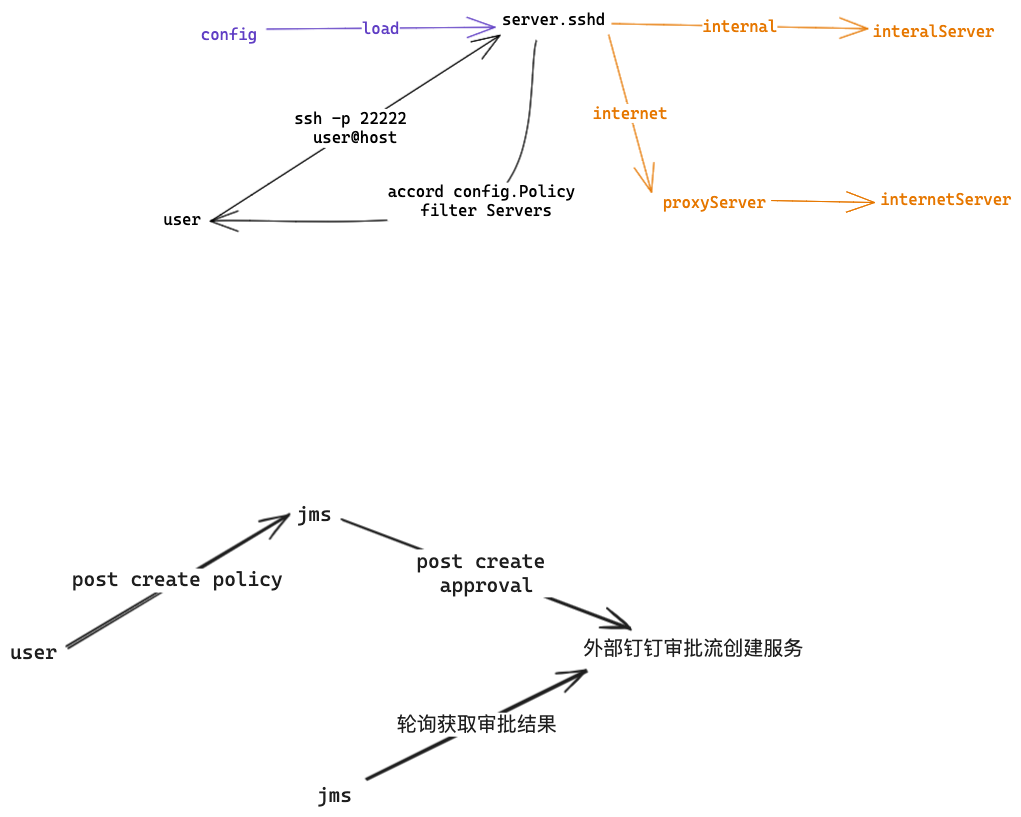
This is .excalidraw.png from xops-infra/jms, a Excalidraw export, as it was before one commit. Source tidied: one line per element, renumbered; positions are measured from the earlier drawing's top-left corner, leaving out a move shared by most shapes.
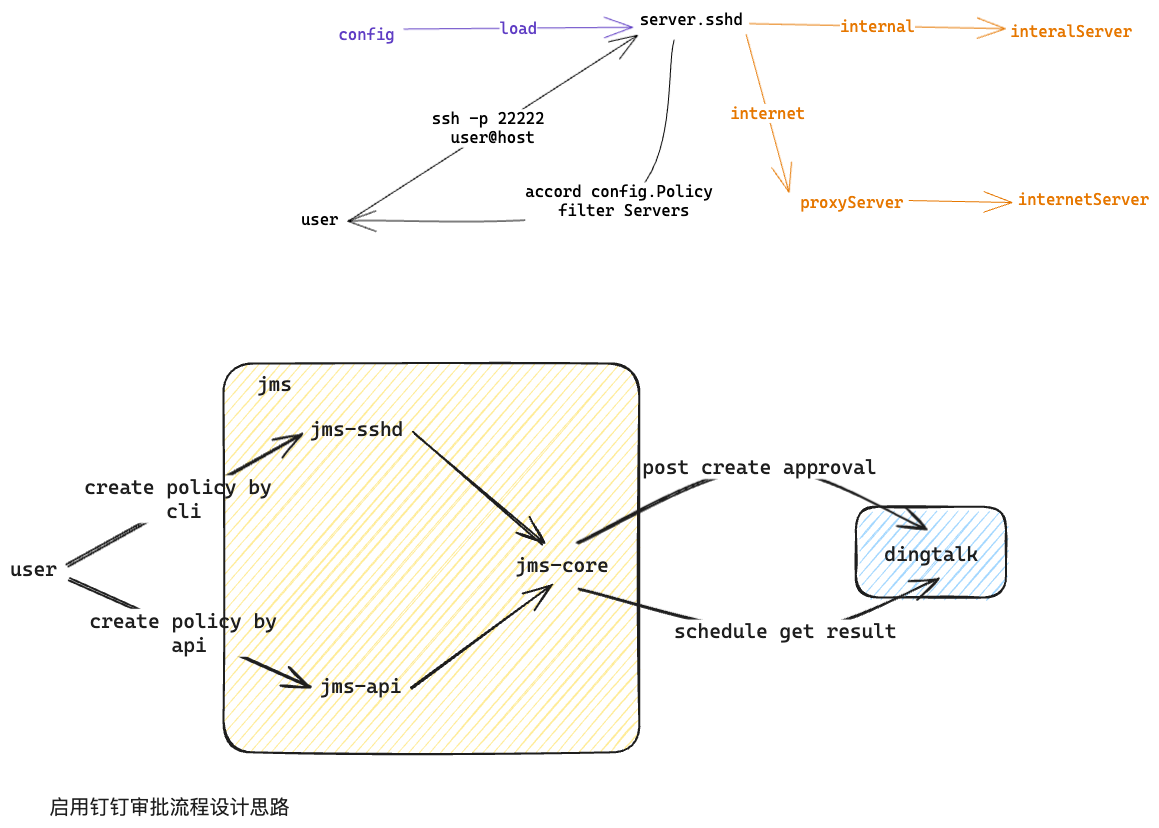
Later version of the same file.

Commit message:
chore: 优化api接口，天津审批流设计图

Diff of the diagram source:
```diff
@@ -1,27 +1,36 @@
 {"id": 0, "type": "text", "text": "config", "strokeColor": "#5f3dc4", "strokeWidth": 1, "roughness": 0, "fontSize": 16, "fontFamily": 3, "x": 191, "y": 15, "width": 56, "height": 19}
 {"id": 1, "type": "text", "text": "server.sshd", "strokeColor": "#000000", "strokeWidth": 1, "roughness": 0, "fontSize": 16, "fontFamily": 3, "x": 492, "y": 0, "width": 103, "height": 19}
 {"id": 2, "type": "arrow", "strokeColor": "#5f3dc4", "strokeWidth": 1, "roughness": 0, "endArrowhead": "arrow", "round": true, "from": 0, "to": 1, "x": 257, "y": 19, "width": 228, "height": 2, "points": [[0, 0], [228, -2]]}
-{"id": 3, "type": "text", "text": "load", "strokeColor": "#5f3dc4", "strokeWidth": 1, "roughness": 0, "fontSize": 16, "fontFamily": 3, "textAlign": "center", "verticalAlign": "middle", "inside": 2, "x": 3, "y": 238, "width": 38, "height": 19}
+{"id": 3, "type": "text", "text": "load", "strokeColor": "#5f3dc4", "strokeWidth": 1, "roughness": 0, "fontSize": 16, "fontFamily": 3, "textAlign": "center", "verticalAlign": "middle", "inside": 2, "x": 352, "y": 9, "width": 38, "height": 19}
 {"id": 4, "type": "text", "text": "interalServer", "strokeColor": "#e67700", "strokeWidth": 1, "roughness": 0, "fontSize": 16, "fontFamily": 3, "x": 863, "y": 12, "width": 122, "height": 19}
 {"id": 5, "type": "text", "text": "internetServer", "strokeColor": "#e67700", "strokeWidth": 1, "roughness": 0, "fontSize": 16, "fontFamily": 3, "x": 870, "y": 180, "width": 131, "height": 19}
 {"id": 6, "type": "text", "text": "proxyServer", "strokeColor": "#e67700", "strokeWidth": 1, "roughness": 0, "fontSize": 16, "fontFamily": 3, "x": 653, "y": 183, "width": 103, "height": 19}
 {"id": 7, "type": "arrow", "strokeColor": "#e67700", "strokeWidth": 1, "roughness": 0, "endArrowhead": "arrow", "round": true, "from": 1, "to": 4, "x": 602, "y": 14, "width": 256, "height": 5, "points": [[0, 0], [256, 5]]}
-{"id": 8, "type": "text", "text": "internal", "strokeColor": "#e67700", "strokeWidth": 1, "roughness": 0, "fontSize": 16, "fontFamily": 3, "textAlign": "center", "verticalAlign": "middle", "inside": 7, "x": 658, "y": 16, "width": 75, "height": 19}
+{"id": 8, "type": "text", "text": "internal", "strokeColor": "#e67700", "strokeWidth": 1, "roughness": 0, "fontSize": 16, "fontFamily": 3, "textAlign": "center", "verticalAlign": "middle", "inside": 7, "x": 692, "y": 7, "width": 75, "height": 19}
 {"id": 9, "type": "arrow", "strokeColor": "#e67700", "strokeWidth": 1, "roughness": 0, "endArrowhead": "arrow", "round": true, "from": 1, "to": 6, "x": 599, "y": 25, "width": 43, "height": 157, "points": [[0, 0], [43, 157]]}
 {"id": 10, "type": "text", "text": "internet", "strokeColor": "#e67700", "strokeWidth": 1, "roughness": 0, "fontSize": 16, "fontFamily": 3, "textAlign": "center", "verticalAlign": "middle", "inside": 9, "x": 583, "y": 94, "width": 75, "height": 19}
 {"id": 11, "type": "arrow", "strokeColor": "#e67700", "strokeWidth": 1, "roughness": 0, "endArrowhead": "arrow", "round": true, "from": 6, "to": 5, "x": 761, "y": 191, "width": 103, "height": 2, "points": [[0, 0], [103, 2]]}
 {"id": 12, "type": "text", "text": "user", "strokeColor": "#000000", "strokeWidth": 1, "roughness": 0, "fontSize": 16, "fontFamily": 3, "x": 153, "y": 200, "width": 38, "height": 19}
 {"id": 13, "type": "arrow", "strokeColor": "#000000", "strokeWidth": 1, "roughness": 0, "endArrowhead": "arrow", "round": true, "from": 12, "to": 1, "x": 200, "y": 211, "width": 290, "height": 186, "points": [[0, 0], [290, -186]]}
-{"id": 14, "type": "text", "text": "ssh -p 22222 \nuser@host", "strokeColor": "#000000", "strokeWidth": 1, "roughness": 0, "fontSize": 16, "fontFamily": 3, "textAlign": "center", "verticalAlign": "middle", "inside": 13, "x": 189, "y": 184, "width": 122, "height": 38}
+{"id": 14, "type": "text", "text": "ssh -p 22222 \nuser@host", "strokeColor": "#000000", "strokeWidth": 1, "roughness": 0, "fontSize": 16, "fontFamily": 3, "textAlign": "center", "verticalAlign": "middle", "inside": 13, "x": 284, "y": 99, "width": 122, "height": 38}
 {"id": 15, "type": "arrow", "strokeColor": "#000000", "strokeWidth": 1, "roughness": 0, "endArrowhead": "arrow", "round": true, "from": 1, "to": 12, "x": 527, "y": 30, "width": 326, "height": 181, "points": [[0, 0], [-50, 162], [-326, 181]]}
 {"id": 16, "type": "text", "text": "accord config.Policy \nfilter Servers", "strokeColor": "#000000", "strokeWidth": 1, "roughness": 0, "fontSize": 16, "fontFamily": 3, "textAlign": "center", "verticalAlign": "middle", "inside": 15, "x": 378, "y": 172, "width": 197, "height": 38}
+{"id": 27, "type": "rectangle", "strokeColor": "#1e1e1e", "backgroundColor": "#a5d8ff", "fillStyle": "hachure", "strokeWidth": 2, "roughness": 1, "round": true, "x": 708, "y": 497, "width": 150, "height": 91}
+{"id": 28, "type": "rectangle", "strokeColor": "#1e1e1e", "backgroundColor": "#ffec99", "fillStyle": "hachure", "strokeWidth": 2, "roughness": 1, "round": true, "x": 76, "y": 353, "width": 416, "height": 389}
-{"id": 17, "type": "text", "text": "jms", "strokeColor": "#1e1e1e", "strokeWidth": 2, "roughness": 1, "fontSize": 20, "fontFamily": 3, "x": 286, "y": 493, "width": 35, "height": 24}
+{"id": 17, "type": "text", "text": "jms-sshd", "strokeColor": "#1e1e1e", "strokeWidth": 2, "roughness": 1, "fontSize": 20, "fontFamily": 3, "x": 162, "y": 407, "width": 94, "height": 24}
-{"id": 18, "type": "text", "text": "外部钉钉审批流创建服务", "strokeColor": "#1e1e1e", "strokeWidth": 2, "roughness": 1, "fontSize": 20, "fontFamily": 3, "x": 573, "y": 627, "width": 220, "height": 24}
+{"id": 18, "type": "text", "text": "dingtalk", "strokeColor": "#1e1e1e", "strokeWidth": 2, "roughness": 1, "fontSize": 20, "fontFamily": 3, "x": 737, "y": 532, "width": 94, "height": 24}
-{"id": 19, "type": "arrow", "strokeColor": "#1e1e1e", "strokeWidth": 2, "roughness": 1, "endArrowhead": "arrow", "round": true, "from": 17, "to": 18, "x": 333, "y": 509, "width": 288, "height": 109, "points": [[0, 0], [288, 109]]}
+{"id": 19, "type": "arrow", "strokeColor": "#1e1e1e", "strokeWidth": 2, "roughness": 1, "endArrowhead": "arrow", "round": true, "from": 26, "to": 18, "x": 429, "y": 532, "width": 347, "height": 75, "points": [[0, 0], [183, -75], [347, -16]]}
-{"id": 20, "type": "text", "text": "post create \napproval", "strokeColor": "#1e1e1e", "strokeWidth": 2, "roughness": 1, "fontSize": 20, "fontFamily": 3, "textAlign": "center", "verticalAlign": "middle", "inside": 19, "x": 354, "y": 497, "width": 141, "height": 48}
+{"id": 20, "type": "text", "text": "post create approval", "strokeColor": "#1e1e1e", "strokeWidth": 2, "roughness": 1, "fontSize": 20, "fontFamily": 3, "textAlign": "center", "verticalAlign": "middle", "inside": 19, "x": 490, "y": 476, "width": 234, "height": 24}
-{"id": 21, "type": "text", "text": "user", "strokeColor": "#1e1e1e", "strokeWidth": 2, "roughness": 1, "fontSize": 20, "fontFamily": 3, "x": 0, "y": 631, "width": 47, "height": 24}
+{"id": 21, "type": "text", "text": "user", "strokeColor": "#1e1e1e", "strokeWidth": 2, "roughness": 1, "fontSize": 20, "fontFamily": 3, "x": -138, "y": 547, "width": 47, "height": 24}
-{"id": 22, "type": "arrow", "strokeColor": "#1e1e1e", "strokeWidth": 2, "roughness": 1, "endArrowhead": "arrow", "round": true, "from": 21, "to": 17, "x": 56, "y": 637, "width": 222, "height": 133, "points": [[0, 0], [222, -133]]}
+{"id": 22, "type": "arrow", "strokeColor": "#1e1e1e", "strokeWidth": 2, "roughness": 1, "endArrowhead": "arrow", "round": true, "from": 21, "to": 17, "x": -81, "y": 555, "width": 235, "height": 132, "points": [[0, 0], [235, -132]]}
-{"id": 23, "type": "text", "text": "post create policy", "strokeColor": "#1e1e1e", "strokeWidth": 2, "roughness": 1, "fontSize": 20, "fontFamily": 3, "textAlign": "center", "verticalAlign": "middle", "inside": 22, "x": 44, "y": 527, "width": 211, "height": 24}
+{"id": 23, "type": "text", "text": "create policy by \ncli", "strokeColor": "#1e1e1e", "strokeWidth": 2, "roughness": 1, "fontSize": 20, "fontFamily": 3, "textAlign": "center", "verticalAlign": "middle", "inside": 22, "x": -63, "y": 465, "width": 199, "height": 48}
-{"id": 24, "type": "arrow", "strokeColor": "#1e1e1e", "strokeWidth": 2, "roughness": 1, "endArrowhead": "arrow", "round": true, "from": 26, "to": 18, "x": 356, "y": 769, "width": 221, "height": 109, "points": [[0, 0], [221, -109]]}
+{"id": 24, "type": "arrow", "strokeColor": "#1e1e1e", "strokeWidth": 2, "roughness": 1, "endArrowhead": "arrow", "round": true, "from": 26, "to": 18, "x": 430, "y": 579, "width": 359, "height": 53, "points": [[0, 0], [208, 43], [359, -10]]}
-{"id": 25, "type": "text", "text": "轮询获取审批结果", "strokeColor": "#1e1e1e", "strokeWidth": 2, "roughness": 1, "fontSize": 20, "fontFamily": 3, "textAlign": "center", "verticalAlign": "middle", "inside": 24, "x": 373, "y": 632, "width": 160, "height": 24}
+{"id": 25, "type": "text", "text": "schedule get result", "strokeColor": "#1e1e1e", "strokeWidth": 2, "roughness": 1, "fontSize": 20, "fontFamily": 3, "textAlign": "center", "verticalAlign": "middle", "inside": 24, "x": 526, "y": 609, "width": 223, "height": 24}
-{"id": 26, "type": "text", "text": "jms", "strokeColor": "#1e1e1e", "strokeWidth": 2, "roughness": 1, "fontSize": 20, "fontFamily": 3, "x": 307, "y": 774, "width": 35, "height": 24}
+{"id": 26, "type": "text", "text": "jms-core", "strokeColor": "#1e1e1e", "strokeWidth": 2, "roughness": 1, "fontSize": 20, "fontFamily": 3, "x": 367, "y": 543, "width": 94, "height": 24}
+{"id": 29, "type": "text", "text": "jms-api", "strokeColor": "#1e1e1e", "strokeWidth": 2, "roughness": 1, "fontSize": 20, "fontFamily": 3, "x": 172, "y": 664, "width": 82, "height": 24}
+{"id": 30, "type": "arrow", "strokeColor": "#1e1e1e", "strokeWidth": 2, "roughness": 1, "endArrowhead": "arrow", "round": true, "from": 21, "to": 29, "x": -79, "y": 568, "width": 241, "height": 109, "points": [[0, 0], [241, 109]]}
+{"id": 31, "type": "text", "text": "create policy by \napi", "strokeColor": "#1e1e1e", "strokeWidth": 2, "roughness": 1, "fontSize": 20, "fontFamily": 3, "textAlign": "center", "verticalAlign": "middle", "inside": 30, "x": -58, "y": 599, "width": 199, "height": 48}
+{"id": 32, "type": "arrow", "strokeColor": "#1e1e1e", "strokeWidth": 2, "roughness": 1, "endArrowhead": "arrow", "round": true, "from": 17, "to": 26, "x": 266, "y": 423, "width": 129, "height": 111, "points": [[0, 0], [129, 111]]}
+{"id": 33, "type": "arrow", "strokeColor": "#1e1e1e", "strokeWidth": 2, "roughness": 1, "endArrowhead": "arrow", "round": true, "from": 29, "to": 26, "x": 263, "y": 679, "width": 141, "height": 103, "points": [[0, 0], [141, -103]]}
+{"id": 34, "type": "text", "text": "jms", "strokeColor": "#1e1e1e", "strokeWidth": 2, "roughness": 1, "fontSize": 20, "fontFamily": 3, "x": 109, "y": 362, "width": 35, "height": 24}
+{"id": 35, "type": "text", "text": "启用钉钉审批流程设计思路", "strokeColor": "#1e1e1e", "backgroundColor": "#a5d8ff", "fillStyle": "hachure", "strokeWidth": 2, "roughness": 1, "fontSize": 20, "fontFamily": 3, "x": -98, "y": 785, "width": 240, "height": 24}
```
